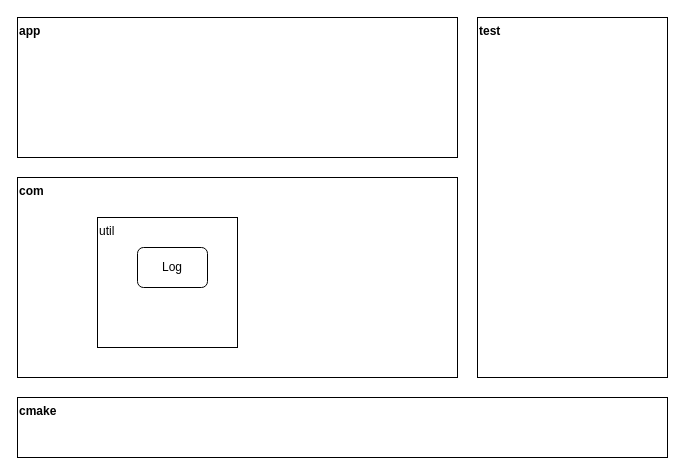
This is page "OpenQL" (2 of 3) of OpenQL.drawio from DanielCxh/openql, a draw.io file, before an edit. Source tidied: cells renumbered, new cells numbered last; positions are measured from the earlier drawing's top-left corner, leaving out a move shared by most shapes. Both pictures are drawn from the tidied source at 100%, with x=0, y=0 at pixel (17, 17).
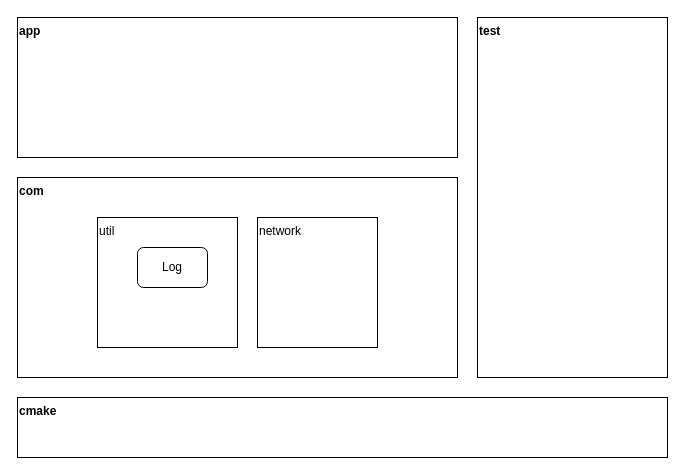
The same diagram, later.

Diff of the diagram source:
```diff
@@
 <mxGraphModel>
   <root>
     <mxCell id="0" />
     <mxCell id="1" parent="0" />
     <mxCell id="2" value="com" style="rounded=0;whiteSpace=wrap;html=1;fillColor=none;align=left;verticalAlign=top;fontStyle=1;" parent="1" vertex="1">
       <mxGeometry y="160" width="440" height="200" as="geometry" />
     </mxCell>
     <mxCell id="3" value="util" style="rounded=0;whiteSpace=wrap;html=1;fillColor=none;align=left;verticalAlign=top;" parent="1" vertex="1">
       <mxGeometry x="80" y="200" width="140" height="130" as="geometry" />
     </mxCell>
     <mxCell id="4" value="Log" style="rounded=1;whiteSpace=wrap;html=1;fillColor=none;align=center;" parent="1" vertex="1">
       <mxGeometry x="120" y="230" width="70" height="40" as="geometry" />
     </mxCell>
     <mxCell id="5" value="app" style="rounded=0;whiteSpace=wrap;html=1;fillColor=none;align=left;verticalAlign=top;fontStyle=1;" parent="1" vertex="1">
       <mxGeometry width="440" height="140" as="geometry" />
     </mxCell>
     <mxCell id="6" value="test" style="rounded=0;whiteSpace=wrap;html=1;fillColor=none;align=left;verticalAlign=top;fontStyle=1;" parent="1" vertex="1">
       <mxGeometry x="460" width="190" height="360" as="geometry" />
     </mxCell>
     <mxCell id="7" value="cmake" style="rounded=0;whiteSpace=wrap;html=1;fillColor=none;align=left;fontStyle=1;verticalAlign=top;" parent="1" vertex="1">
       <mxGeometry y="380" width="650" height="60" as="geometry" />
     </mxCell>
+    <mxCell id="8" value="network" style="rounded=0;whiteSpace=wrap;html=1;fillColor=none;align=left;verticalAlign=top;" parent="1" vertex="1">
+      <mxGeometry x="240" y="200" width="120" height="130" as="geometry" />
+    </mxCell>
   </root>
 </mxGraphModel>
```
